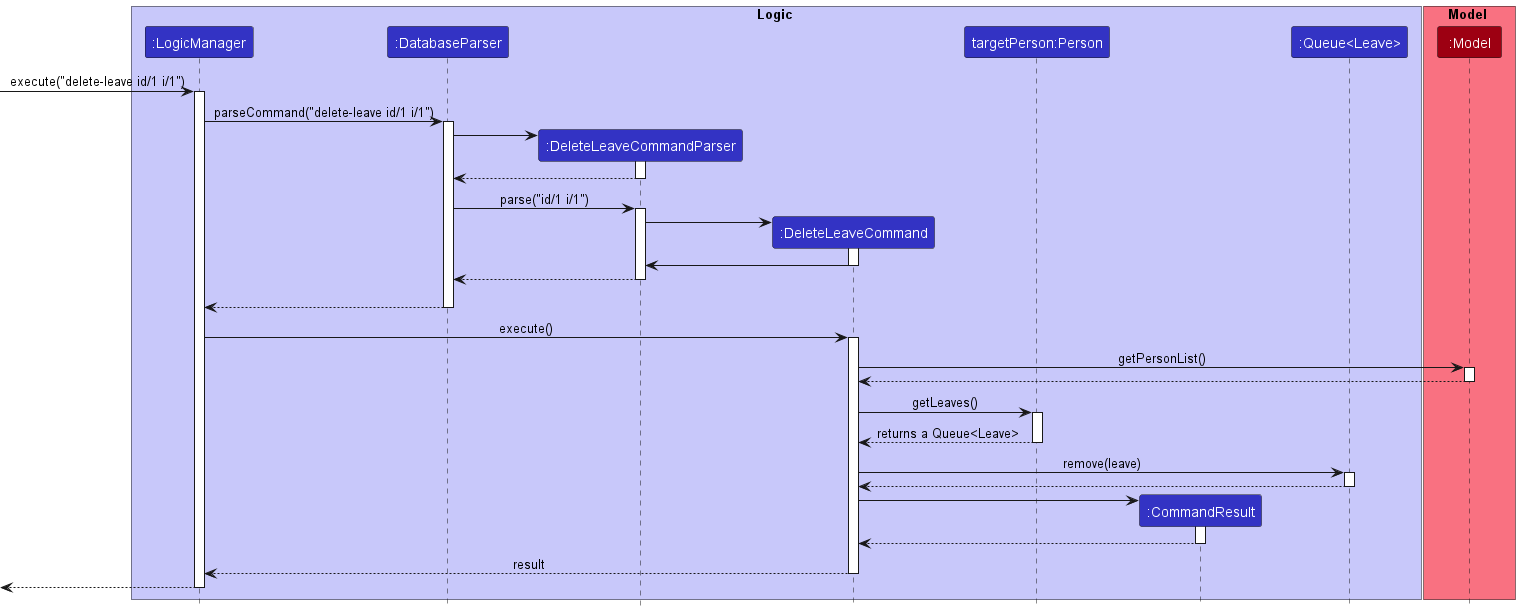
Earlier version of the PlantUML export docs/images/diagrams/DeleteLeaveCommandUML.png (nus-cs2103-AY2223S1/tp). Source of this version:
```plantuml
@startuml
!include style.puml

box Logic LOGIC_COLOR_T1
participant ":LogicManager" as LogicManager LOGIC_COLOR
participant ":DatabaseParser" as DatabaseParser LOGIC_COLOR
participant ":DeleteLeaveCommandParser" as DeleteLeaveCommandParser LOGIC_COLOR
participant ":DeleteLeaveCommand" as DeleteLeaveCommand LOGIC_COLOR
participant "targetPerson:Person" as person LOGIC_COLOR
participant ":CommandResult" as CommandResult LOGIC_COLOR
participant ":Queue<Leave>" as Queue LOGIC_COLOR
end box

box Model MODEL_COLOR_T1
participant ":Model" as Model MODEL_COLOR
end box

[-> LogicManager : execute("delete-leave id/1 i/1")
activate LogicManager

LogicManager -> DatabaseParser : parseCommand("delete-leave id/1 i/1")
activate DatabaseParser

create DeleteLeaveCommandParser
DatabaseParser -> DeleteLeaveCommandParser
activate DeleteLeaveCommandParser

DeleteLeaveCommandParser --> DatabaseParser
deactivate DeleteLeaveCommandParser

DatabaseParser -> DeleteLeaveCommandParser : parse("id/1 i/1")
activate DeleteLeaveCommandParser

create DeleteLeaveCommand
DeleteLeaveCommandParser -> DeleteLeaveCommand
activate DeleteLeaveCommand

DeleteLeaveCommand -> DeleteLeaveCommandParser
deactivate DeleteLeaveCommand

DeleteLeaveCommandParser --> DatabaseParser
deactivate DeleteLeaveCommandParser
DeleteLeaveCommandParser -[hidden]-> DatabaseParser

DatabaseParser --> LogicManager
deactivate DatabaseParser

LogicManager -> DeleteLeaveCommand : execute()
activate DeleteLeaveCommand

DeleteLeaveCommand -> Model : getPersonList()
activate Model

Model --> DeleteLeaveCommand
deactivate Model

DeleteLeaveCommand -> person : getLeaves()
activate person
person --> DeleteLeaveCommand : returns a Queue<Leave>
deactivate person
DeleteLeaveCommand -> Queue : remove(leave)
activate Queue
Queue --> DeleteLeaveCommand
deactivate Queue
create CommandResult
DeleteLeaveCommand -> CommandResult
activate CommandResult

CommandResult --> DeleteLeaveCommand
deactivate CommandResult

DeleteLeaveCommand --> LogicManager : result
deactivate DeleteLeaveCommand
[<--LogicManager
deactivate LogicManager
@enduml
```
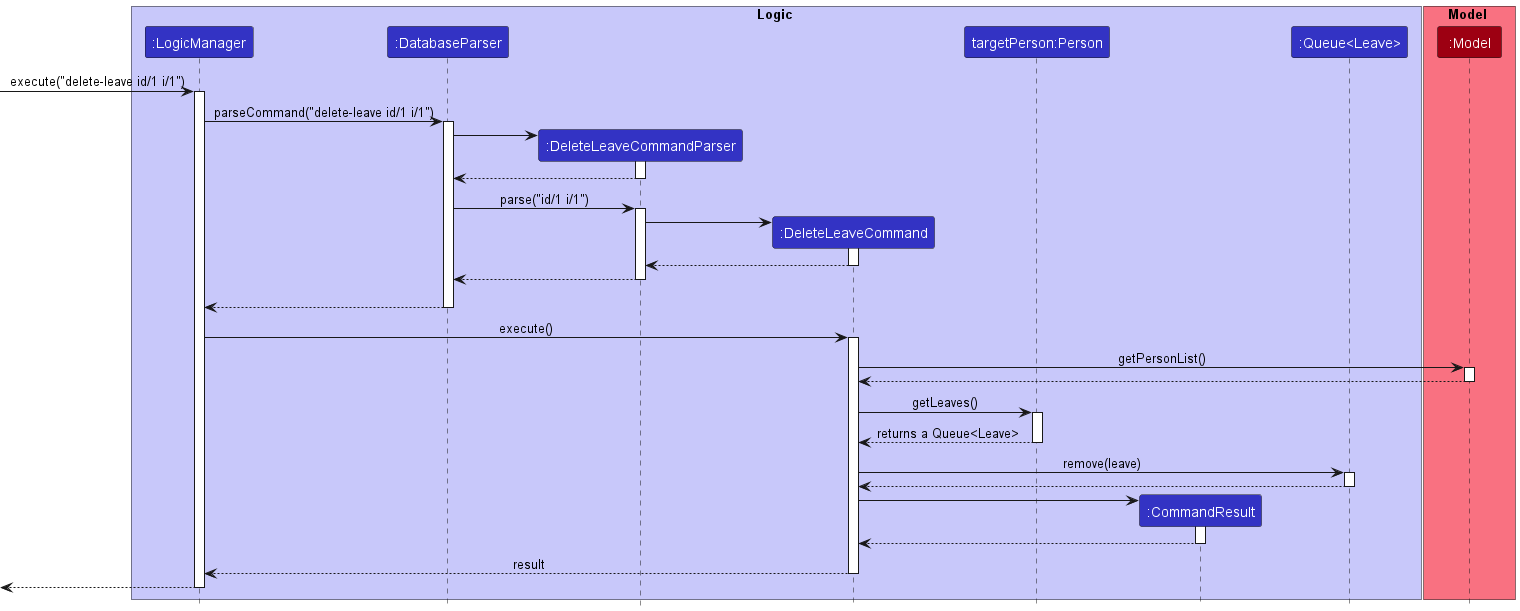
Later version of the same file.

Change to the diagram source:
```diff
@@ -35,7 +35,7 @@
 DeleteLeaveCommandParser -> DeleteLeaveCommand
 activate DeleteLeaveCommand
 
-DeleteLeaveCommand -> DeleteLeaveCommandParser
+DeleteLeaveCommand --> DeleteLeaveCommandParser
 deactivate DeleteLeaveCommand
 
 DeleteLeaveCommandParser --> DatabaseParser
```
